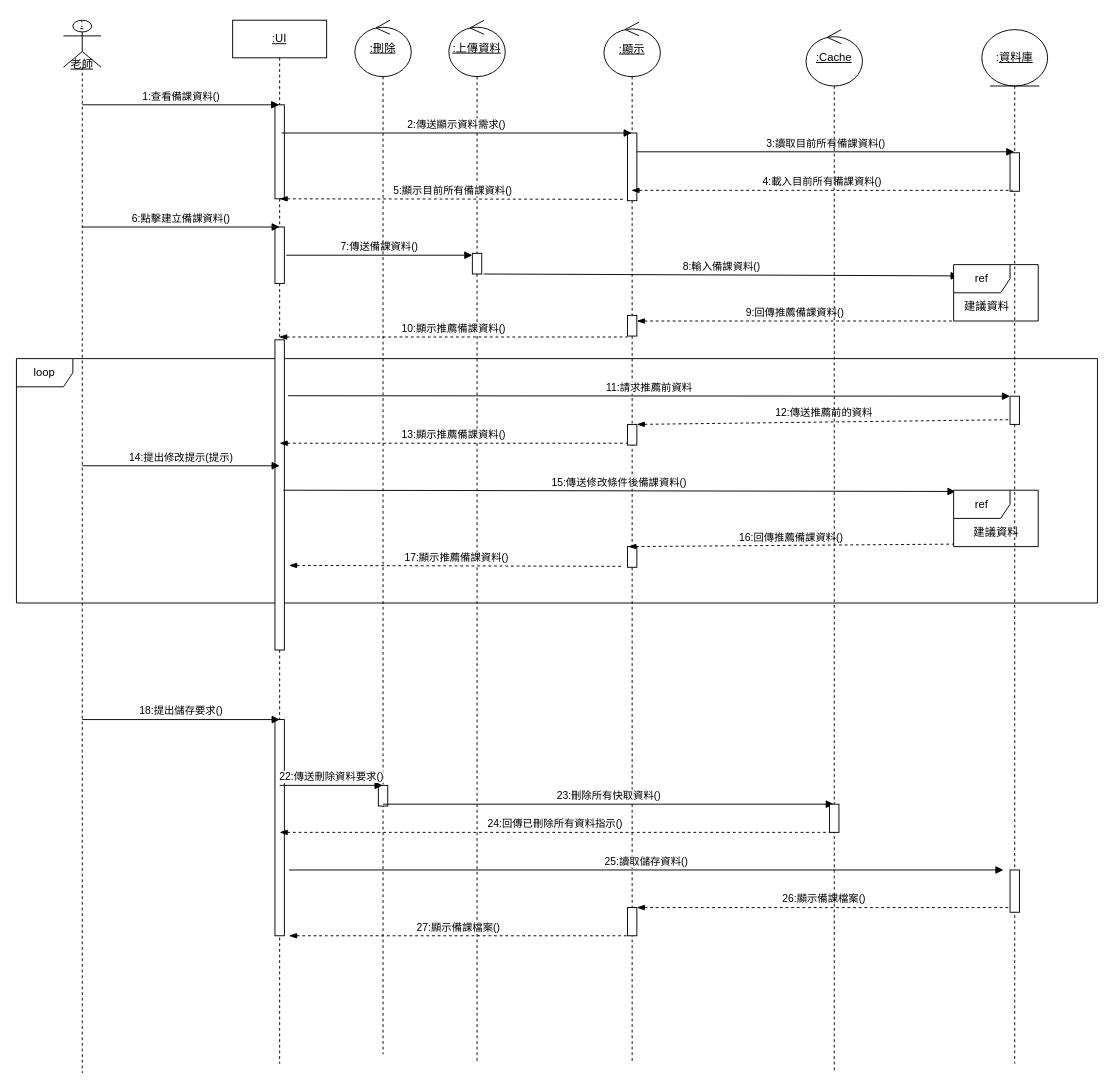
This is 循序圖(建立備課資料-AC)-new.drawio from Kevincheng0804/System-analysis, a draw.io file, before an edit. Source tidied: cells renumbered, new cells numbered last; positions are measured from the earlier drawing's top-left corner, leaving out a move shared by most shapes. Both pictures are drawn from the tidied source at 94%, with x=0, y=0 at pixel (16, 20).
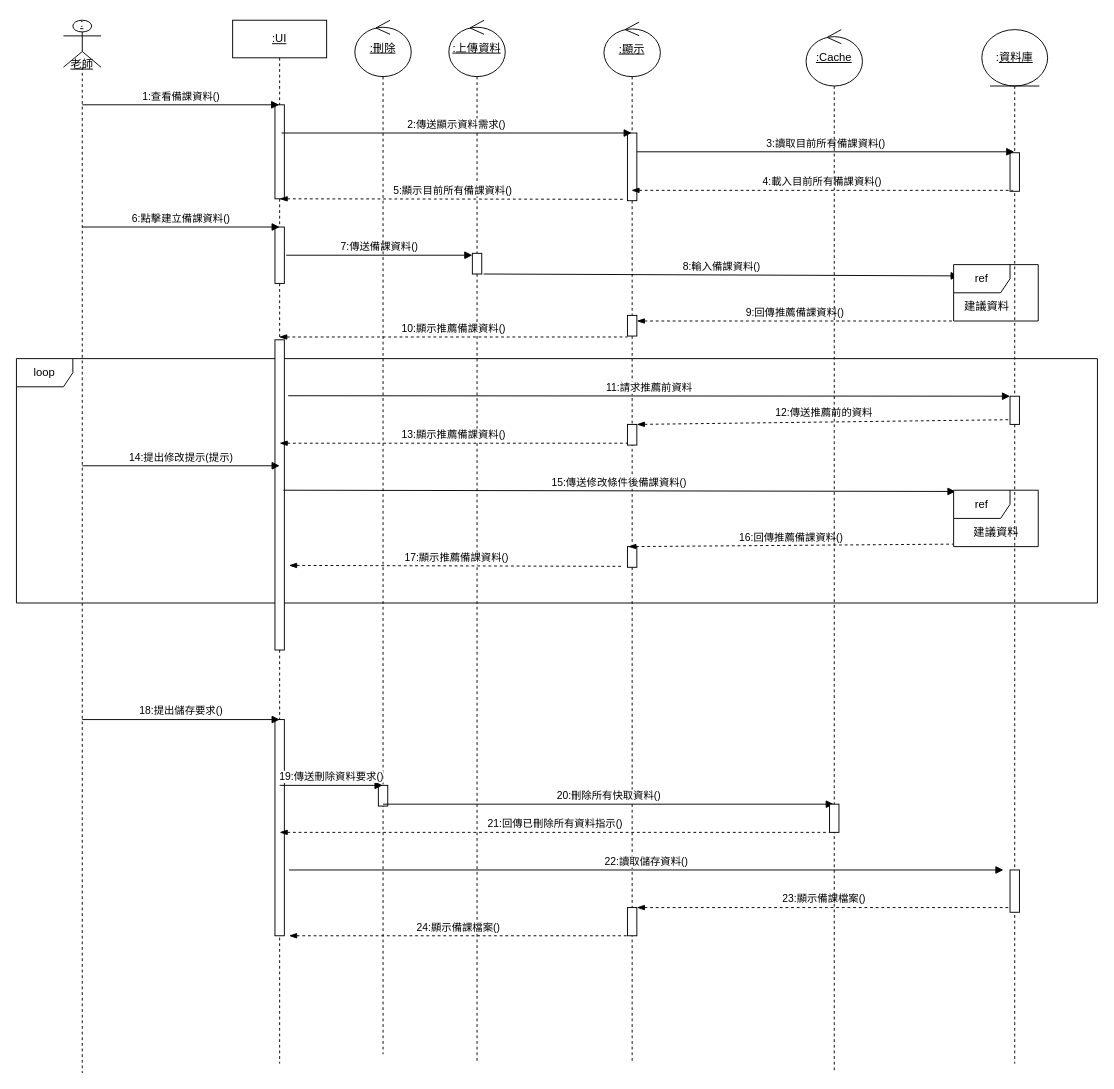
After the change.

Commit message:
更新循序圖(建立備課資料-AC)-new.drawio

Unchanged cells that the change refers to:
```xml
<mxCell id="19" style="html=1;points=[[0,0,0,0,5],[0,1,0,0,-5],[1,0,0,0,5],[1,1,0,0,-5]];perimeter=orthogonalPerimeter;outlineConnect=0;targetShapes=umlLifeline;portConstraint=eastwest;newEdgeStyle={&quot;curved&quot;:0,&quot;rounded&quot;:0};" parent="17" vertex="1">
  <mxGeometry x="30" y="894" width="10" height="45" as="geometry" />
</mxCell>
<mxCell id="51" value="&lt;u&gt;:Cache&lt;/u&gt;" style="shape=umlLifeline;perimeter=lifelinePerimeter;whiteSpace=wrap;html=1;outlineConnect=0;portConstraint=eastwest;newEdgeStyle={&quot;curved&quot;:0,&quot;rounded&quot;:0};participant=umlControl;size=60;" parent="1" vertex="1">
  <mxGeometry x="840" y="10" width="60" height="1110" as="geometry" />
</mxCell>
<mxCell id="52" style="html=1;points=[[0,0,0,0,5],[0,1,0,0,-5],[1,0,0,0,5],[1,1,0,0,-5]];perimeter=orthogonalPerimeter;outlineConnect=0;targetShapes=umlLifeline;portConstraint=eastwest;newEdgeStyle={&quot;curved&quot;:0,&quot;rounded&quot;:0};" parent="51" vertex="1">
  <mxGeometry x="25" y="824" width="10" height="30" as="geometry" />
</mxCell>
```

What changed in the source:
```diff
@@
-    <mxCell id="45" value="22:傳送刪除資料要求()" style="html=1;verticalAlign=bottom;endArrow=block;curved=0;rounded=0;" parent="1" edge="1">
+    <mxCell id="45" value="19:傳送刪除資料要求()" style="html=1;verticalAlign=bottom;endArrow=block;curved=0;rounded=0;" parent="1" edge="1">
       <mxGeometry relative="1" as="geometry">
         <mxPoint x="280" y="814" as="sourcePoint" />
         <mxPoint x="389.5" y="814" as="targetPoint" />
       </mxGeometry>
     </mxCell>
-    <mxCell id="46" value="23:刪除所有快取資料()" style="html=1;verticalAlign=bottom;endArrow=block;curved=0;rounded=0;" parent="1" edge="1" target="51">
+    <mxCell id="46" value="20:刪除所有快取資料()" style="html=1;verticalAlign=bottom;endArrow=block;curved=0;rounded=0;" parent="1" edge="1" target="51">
       <mxGeometry relative="1" as="geometry">
         <mxPoint x="390" y="834" as="sourcePoint" />
       </mxGeometry>
     </mxCell>
-    <mxCell id="47" value="24:回傳已刪除所有資料指示()" style="html=1;verticalAlign=bottom;endArrow=none;curved=0;rounded=0;dashed=1;startArrow=blockThin;startFill=1;endFill=0;" parent="1" edge="1" target="52">
+    <mxCell id="47" value="21:回傳已刪除所有資料指示()" style="html=1;verticalAlign=bottom;endArrow=none;curved=0;rounded=0;dashed=1;startArrow=blockThin;startFill=1;endFill=0;" parent="1" edge="1" target="52">
       <mxGeometry relative="1" as="geometry">
         <mxPoint x="280" y="864" as="sourcePoint" />
       </mxGeometry>
     </mxCell>
-    <mxCell id="48" value="25:讀取儲存資料()" style="html=1;verticalAlign=bottom;endArrow=block;curved=0;rounded=0;" parent="1" edge="1">
+    <mxCell id="48" value="22:讀取儲存資料()" style="html=1;verticalAlign=bottom;endArrow=block;curved=0;rounded=0;" parent="1" edge="1">
       <mxGeometry relative="1" as="geometry">
         <mxPoint x="290" y="904" as="sourcePoint" />
         <mxPoint x="1050" y="904" as="targetPoint" />
       </mxGeometry>
     </mxCell>
-    <mxCell id="49" value="26:顯示備課檔案()" style="html=1;verticalAlign=bottom;endArrow=none;curved=0;rounded=0;dashed=1;startArrow=blockThin;startFill=1;endFill=0;entryX=0;entryY=1;entryDx=0;entryDy=-5;entryPerimeter=0;" parent="1" edge="1" target="19">
+    <mxCell id="49" value="23:顯示備課檔案()" style="html=1;verticalAlign=bottom;endArrow=none;curved=0;rounded=0;dashed=1;startArrow=blockThin;startFill=1;endFill=0;entryX=0;entryY=1;entryDx=0;entryDy=-5;entryPerimeter=0;" parent="1" edge="1" target="19">
       <mxGeometry relative="1" as="geometry">
         <mxPoint x="660" y="944" as="sourcePoint" />
       </mxGeometry>
     </mxCell>
-    <mxCell id="50" value="27:顯示備課檔案()" style="html=1;verticalAlign=bottom;endArrow=none;curved=0;rounded=0;dashed=1;startArrow=blockThin;startFill=1;endFill=0;entryX=0;entryY=1;entryDx=0;entryDy=-5;entryPerimeter=0;" parent="1" edge="1">
+    <mxCell id="50" value="24:顯示備課檔案()" style="html=1;verticalAlign=bottom;endArrow=none;curved=0;rounded=0;dashed=1;startArrow=blockThin;startFill=1;endFill=0;entryX=0;entryY=1;entryDx=0;entryDy=-5;entryPerimeter=0;" parent="1" edge="1">
       <mxGeometry relative="1" as="geometry">
         <mxPoint x="290" y="974" as="sourcePoint" />
         <mxPoint x="650" y="974" as="targetPoint" />
       </mxGeometry>
     </mxCell>
```
